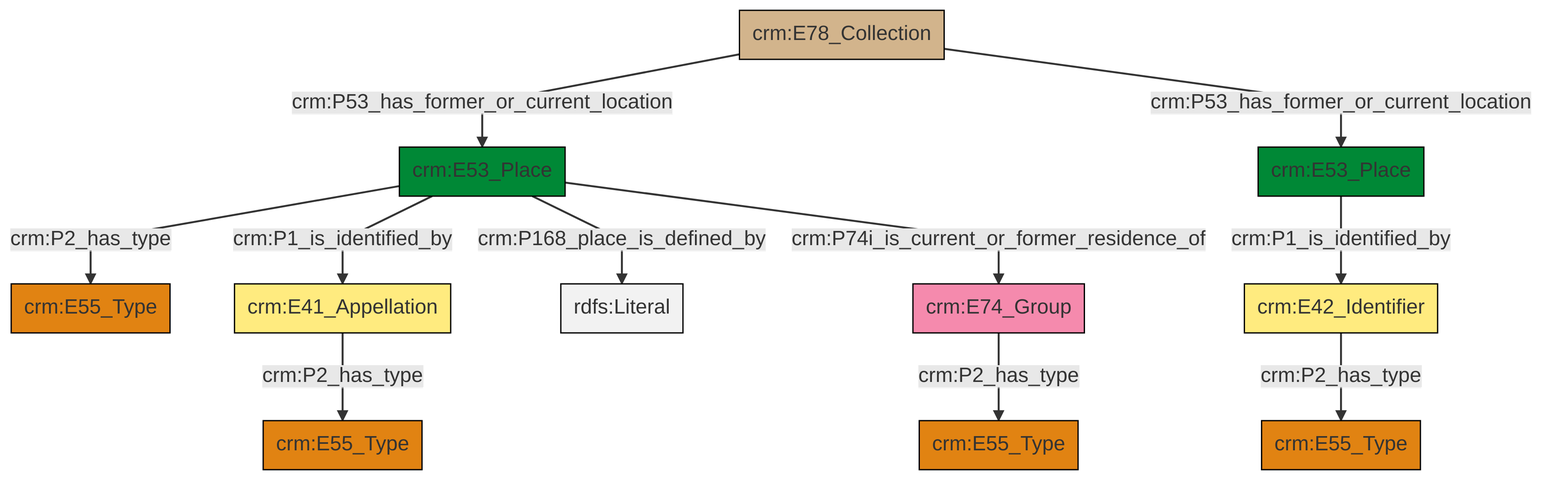
Earlier version of the Mermaid export et/archivalCSV/ttl/mmd/png/archival_location.png (swiss-art-research-net/docs.swissartresearch). Its source is kept beside it as et/archivalCSV/ttl/mmd/archival_location.ttl.mmd.
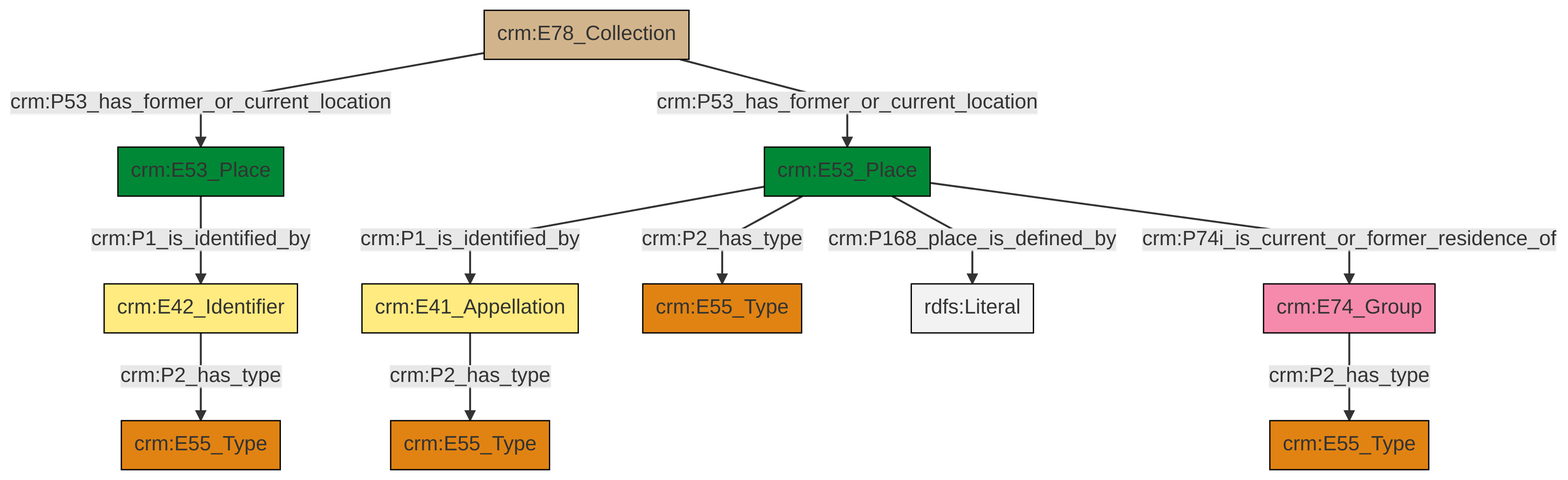
Later version of the same file.

Diff of the diagram source:
```diff
@@ -13,13 +13,13 @@
 classDef PC_Classes fill:#4ce600, stroke:#000000;
 classDef Multi fill:#cccccc,stroke:#000000;
 
-2["crm:E78_Collection"]:::Physical_Thing -->|crm:P53_has_former_or_current_location| 0["crm:E53_Place"]:::Place
-0["crm:E53_Place"]:::Place -->|crm:P2_has_type| 5["crm:E55_Type"]:::Type
-0["crm:E53_Place"]:::Place -->|crm:P1_is_identified_by| 3["crm:E41_Appellation"]:::Appellation
-10["crm:E74_Group"]:::Actor -->|crm:P2_has_type| 6["crm:E55_Type"]:::Type
-18["crm:E42_Identifier"]:::Appellation -->|crm:P2_has_type| 8["crm:E55_Type"]:::Type
-3["crm:E41_Appellation"]:::Appellation -->|crm:P2_has_type| 11["crm:E55_Type"]:::Type
-15["crm:E53_Place"]:::Place -->|crm:P1_is_identified_by| 18["crm:E42_Identifier"]:::Appellation
-0["crm:E53_Place"]:::Place -->|crm:P168_place_is_defined_by| 23[rdfs:Literal]:::Literal
-0["crm:E53_Place"]:::Place -->|crm:P74i_is_current_or_former_residence_of| 10["crm:E74_Group"]:::Actor
-2["crm:E78_Collection"]:::Physical_Thing -->|crm:P53_has_former_or_current_location| 15["crm:E53_Place"]:::Place
+0["crm:E53_Place"]:::Place -->|crm:P1_is_identified_by| 1["crm:E41_Appellation"]:::Appellation
+0["crm:E53_Place"]:::Place -->|crm:P2_has_type| 6["crm:E55_Type"]:::Type
+0["crm:E53_Place"]:::Place -->|crm:P168_place_is_defined_by| 10[rdfs:Literal]:::Literal
+14["crm:E53_Place"]:::Place -->|crm:P1_is_identified_by| 2["crm:E42_Identifier"]:::Appellation
+4["crm:E78_Collection"]:::Physical_Thing -->|crm:P53_has_former_or_current_location| 14["crm:E53_Place"]:::Place
+0["crm:E53_Place"]:::Place -->|crm:P74i_is_current_or_former_residence_of| 20["crm:E74_Group"]:::Actor
+4["crm:E78_Collection"]:::Physical_Thing -->|crm:P53_has_former_or_current_location| 0["crm:E53_Place"]:::Place
+20["crm:E74_Group"]:::Actor -->|crm:P2_has_type| 22["crm:E55_Type"]:::Type
+1["crm:E41_Appellation"]:::Appellation -->|crm:P2_has_type| 16["crm:E55_Type"]:::Type
+2["crm:E42_Identifier"]:::Appellation -->|crm:P2_has_type| 8["crm:E55_Type"]:::Type
```
